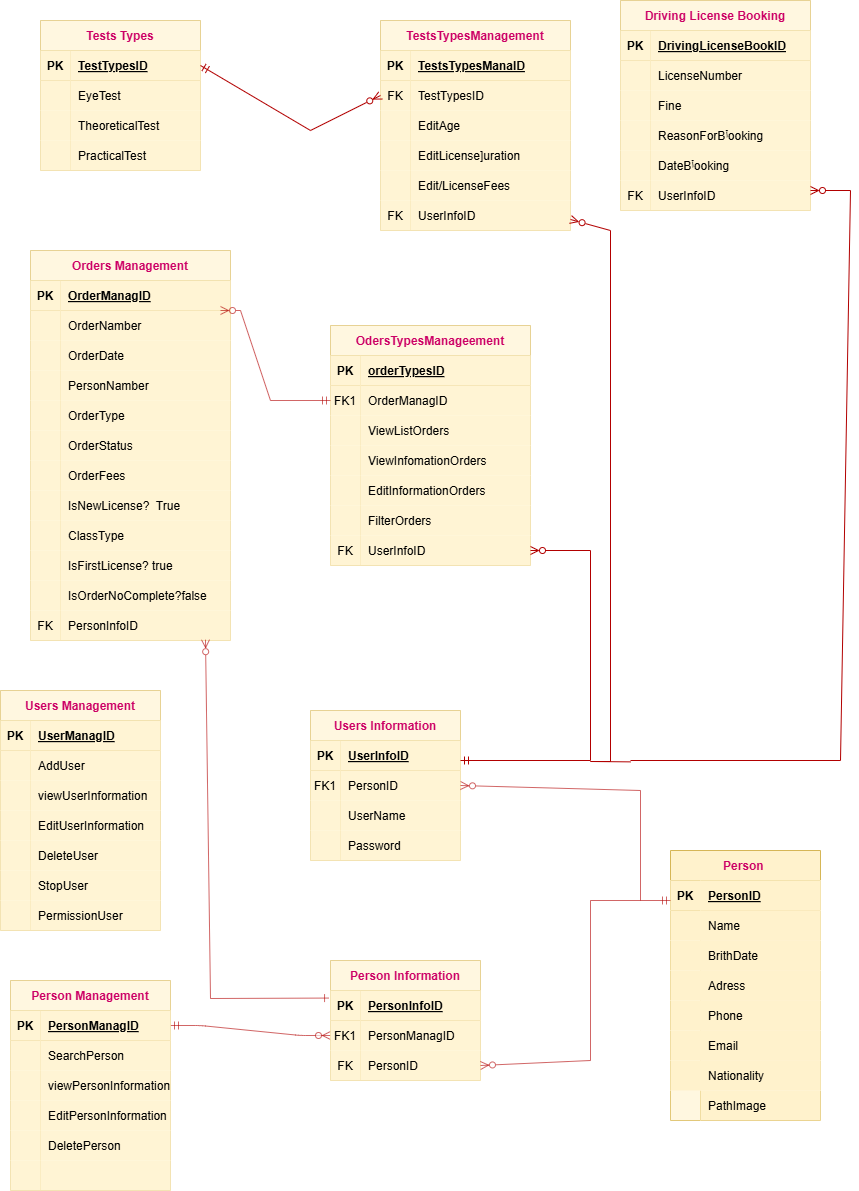
Before: Untitled Diagram.drawio.png, a diagram exported from draw.io (azizadiab/Driving-License-Department). Source tidied: cells renumbered, new cells last; positions are measured from the earlier drawing's top-left corner, leaving out a move shared by most shapes.
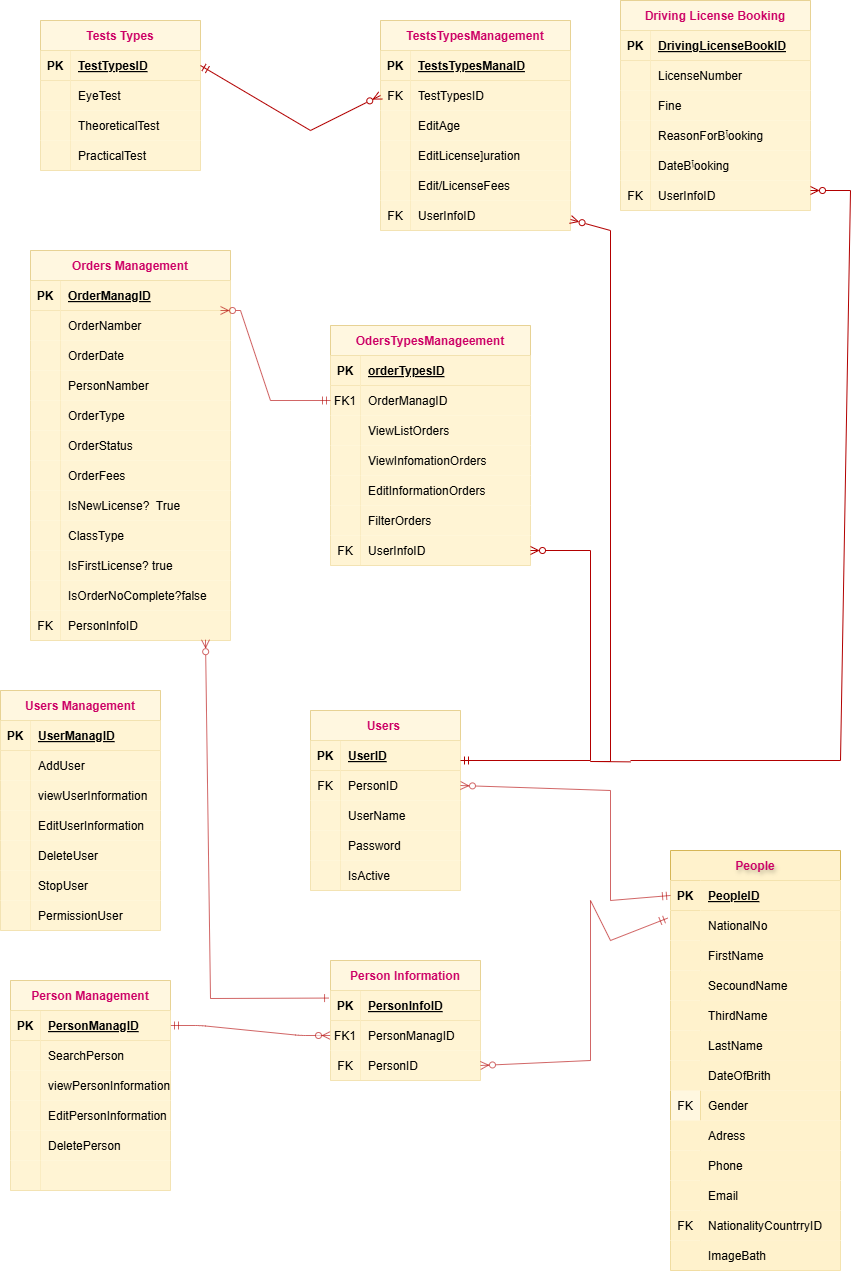
Above is the later version.

The edit, as a diff of the source:
```diff
@@ -209,87 +209,132 @@
     <mxCell id="68" value="PersonInfoID" style="shape=partialRectangle;overflow=hidden;fillColor=#fff2cc;top=0;left=0;bottom=0;right=0;align=left;spacingLeft=6;opacity=60;strokeColor=#d6b656;" parent="66" vertex="1">
       <mxGeometry x="30" width="170" height="30" as="geometry" />
     </mxCell>
-    <mxCell id="69" value="Person " style="shape=table;startSize=30;rowLines=0;fontStyle=1;align=center;fillColor=#fff2cc;strokeColor=#d6b656;fontColor=#CC0066;" parent="1" vertex="1">
-      <mxGeometry x="670" y="850" width="150" height="270" as="geometry" />
+    <mxCell id="69" value="People" style="shape=table;startSize=30;rowLines=0;fontStyle=1;align=center;fillColor=#fff2cc;strokeColor=#d6b656;fontColor=#CC0066;labelBackgroundColor=none;labelBorderColor=none;textShadow=1;" parent="1" vertex="1">
+      <mxGeometry x="670" y="850" width="170" height="420" as="geometry" />
     </mxCell>
     <mxCell id="70" style="shape=partialRectangle;fillColor=#fff2cc;points=[[0,0.5],[1,0.5]];portConstraint=eastwest;top=0;left=0;right=0;bottom=1;strokeColor=#d6b656;" parent="69" vertex="1">
-      <mxGeometry y="30" width="150" height="30" as="geometry" />
+      <mxGeometry y="30" width="170" height="30" as="geometry" />
     </mxCell>
     <mxCell id="71" value="PK" style="shape=partialRectangle;overflow=hidden;fillColor=#fff2cc;top=0;left=0;bottom=0;right=0;fontStyle=1;opacity=60;strokeColor=#d6b656;" parent="70" vertex="1">
       <mxGeometry width="30" height="30" as="geometry" />
     </mxCell>
-    <mxCell id="72" value="PersonID" style="shape=partialRectangle;overflow=hidden;fillColor=#fff2cc;top=0;left=0;bottom=0;right=0;align=left;spacingLeft=6;fontStyle=5;strokeColor=#d6b656;" parent="70" vertex="1">
-      <mxGeometry x="30" width="120" height="30" as="geometry" />
+    <mxCell id="72" value="PeopleID" style="shape=partialRectangle;overflow=hidden;fillColor=#fff2cc;top=0;left=0;bottom=0;right=0;align=left;spacingLeft=6;fontStyle=5;strokeColor=#d6b656;" parent="70" vertex="1">
+      <mxGeometry x="30" width="140" height="30" as="geometry" />
     </mxCell>
     <mxCell id="73" style="shape=partialRectangle;fillColor=#fff2cc;points=[[0,0.5],[1,0.5]];portConstraint=eastwest;top=0;left=0;right=0;bottom=0;strokeColor=#d6b656;" parent="69" vertex="1">
-      <mxGeometry y="60" width="150" height="30" as="geometry" />
+      <mxGeometry y="60" width="170" height="30" as="geometry" />
     </mxCell>
     <mxCell id="74" style="shape=partialRectangle;overflow=hidden;fillColor=#fff2cc;top=0;left=0;bottom=0;right=0;opacity=60;strokeColor=#d6b656;" parent="73" vertex="1">
       <mxGeometry width="30" height="30" as="geometry" />
     </mxCell>
-    <mxCell id="75" value="Name" style="shape=partialRectangle;overflow=hidden;fillColor=#fff2cc;top=0;left=0;bottom=0;right=0;align=left;spacingLeft=6;strokeColor=#d6b656;" parent="73" vertex="1">
-      <mxGeometry x="30" width="120" height="30" as="geometry" />
+    <mxCell id="75" value="NationalNo" style="shape=partialRectangle;overflow=hidden;fillColor=#fff2cc;top=0;left=0;bottom=0;right=0;align=left;spacingLeft=6;strokeColor=#d6b656;" parent="73" vertex="1">
+      <mxGeometry x="30" width="140" height="30" as="geometry" />
     </mxCell>
     <mxCell id="76" style="shape=partialRectangle;fillColor=#fff2cc;top=0;left=0;right=0;bottom=0;strokeColor=#d6b656;" parent="69" vertex="1">
-      <mxGeometry y="90" width="150" height="30" as="geometry" />
+      <mxGeometry y="90" width="170" height="30" as="geometry" />
     </mxCell>
     <mxCell id="77" style="shape=partialRectangle;overflow=hidden;fillColor=#fff2cc;top=0;left=0;bottom=0;right=0;opacity=60;strokeColor=#d6b656;" parent="76" vertex="1">
       <mxGeometry width="30" height="30" as="geometry" />
     </mxCell>
-    <mxCell id="78" value="BrithDate" style="shape=partialRectangle;overflow=hidden;fillColor=#fff2cc;top=0;left=0;bottom=0;right=0;align=left;spacingLeft=6;strokeColor=#d6b656;" parent="76" vertex="1">
-      <mxGeometry x="30" width="120" height="30" as="geometry" />
+    <mxCell id="78" value="FirstName" style="shape=partialRectangle;overflow=hidden;fillColor=#fff2cc;top=0;left=0;bottom=0;right=0;align=left;spacingLeft=6;strokeColor=#d6b656;" parent="76" vertex="1">
+      <mxGeometry x="30" width="140" height="30" as="geometry" />
     </mxCell>
     <mxCell id="79" style="shape=partialRectangle;fillColor=#fff2cc;top=0;left=0;right=0;bottom=0;strokeColor=#d6b656;" parent="69" vertex="1">
-      <mxGeometry y="120" width="150" height="30" as="geometry" />
+      <mxGeometry y="120" width="170" height="30" as="geometry" />
     </mxCell>
     <mxCell id="80" style="shape=partialRectangle;overflow=hidden;fillColor=#fff2cc;top=0;left=0;bottom=0;right=0;opacity=60;strokeColor=#d6b656;" parent="79" vertex="1">
       <mxGeometry width="30" height="30" as="geometry" />
     </mxCell>
-    <mxCell id="81" value="Adress" style="shape=partialRectangle;overflow=hidden;fillColor=#fff2cc;top=0;left=0;bottom=0;right=0;align=left;spacingLeft=6;strokeColor=#d6b656;" parent="79" vertex="1">
-      <mxGeometry x="30" width="120" height="30" as="geometry" />
+    <mxCell id="81" value="SecoundName" style="shape=partialRectangle;overflow=hidden;fillColor=#fff2cc;top=0;left=0;bottom=0;right=0;align=left;spacingLeft=6;strokeColor=#d6b656;" parent="79" vertex="1">
+      <mxGeometry x="30" width="140" height="30" as="geometry" />
     </mxCell>
     <mxCell id="82" style="shape=partialRectangle;fillColor=#fff2cc;top=0;left=0;right=0;bottom=0;strokeColor=#d6b656;" parent="69" vertex="1">
-      <mxGeometry y="150" width="150" height="30" as="geometry" />
+      <mxGeometry y="150" width="170" height="30" as="geometry" />
     </mxCell>
     <mxCell id="83" style="shape=partialRectangle;overflow=hidden;fillColor=#fff2cc;top=0;left=0;bottom=0;right=0;opacity=60;strokeColor=#d6b656;" parent="82" vertex="1">
       <mxGeometry width="30" height="30" as="geometry" />
     </mxCell>
-    <mxCell id="84" value="Phone" style="shape=partialRectangle;overflow=hidden;fillColor=#fff2cc;top=0;left=0;bottom=0;right=0;align=left;spacingLeft=6;strokeColor=#d6b656;" parent="82" vertex="1">
-      <mxGeometry x="30" width="120" height="30" as="geometry" />
+    <mxCell id="84" value="ThirdName" style="shape=partialRectangle;overflow=hidden;fillColor=#fff2cc;top=0;left=0;bottom=0;right=0;align=left;spacingLeft=6;strokeColor=#d6b656;" parent="82" vertex="1">
+      <mxGeometry x="30" width="140" height="30" as="geometry" />
     </mxCell>
     <mxCell id="85" style="shape=partialRectangle;fillColor=#fff2cc;top=0;left=0;right=0;bottom=0;strokeColor=#d6b656;" parent="69" vertex="1">
-      <mxGeometry y="180" width="150" height="30" as="geometry" />
+      <mxGeometry y="180" width="170" height="30" as="geometry" />
     </mxCell>
     <mxCell id="86" style="shape=partialRectangle;overflow=hidden;fillColor=#fff2cc;top=0;left=0;bottom=0;right=0;opacity=60;strokeColor=#d6b656;" parent="85" vertex="1">
       <mxGeometry width="30" height="30" as="geometry" />
     </mxCell>
-    <mxCell id="87" value="Email" style="shape=partialRectangle;overflow=hidden;fillColor=#fff2cc;top=0;left=0;bottom=0;right=0;align=left;spacingLeft=6;strokeColor=#d6b656;" parent="85" vertex="1">
-      <mxGeometry x="30" width="120" height="30" as="geometry" />
+    <mxCell id="87" value="LastName" style="shape=partialRectangle;overflow=hidden;fillColor=#fff2cc;top=0;left=0;bottom=0;right=0;align=left;spacingLeft=6;strokeColor=#d6b656;" parent="85" vertex="1">
+      <mxGeometry x="30" width="140" height="30" as="geometry" />
     </mxCell>
     <mxCell id="88" style="shape=partialRectangle;fillColor=#fff2cc;top=0;left=0;right=0;bottom=0;strokeColor=#d6b656;" parent="69" vertex="1">
-      <mxGeometry y="210" width="150" height="30" as="geometry" />
+      <mxGeometry y="210" width="170" height="30" as="geometry" />
     </mxCell>
     <mxCell id="89" style="shape=partialRectangle;overflow=hidden;fillColor=#fff2cc;top=0;left=0;bottom=0;right=0;opacity=60;strokeColor=#d6b656;" parent="88" vertex="1">
       <mxGeometry width="30" height="30" as="geometry" />
     </mxCell>
-    <mxCell id="90" value="Nationality" style="shape=partialRectangle;overflow=hidden;fillColor=#fff2cc;top=0;left=0;bottom=0;right=0;align=left;spacingLeft=6;strokeColor=#d6b656;" parent="88" vertex="1">
-      <mxGeometry x="30" width="120" height="30" as="geometry" />
+    <mxCell id="90" value="DateOfBrith" style="shape=partialRectangle;overflow=hidden;fillColor=#fff2cc;top=0;left=0;bottom=0;right=0;align=left;spacingLeft=6;strokeColor=#d6b656;" parent="88" vertex="1">
+      <mxGeometry x="30" width="140" height="30" as="geometry" />
     </mxCell>
     <mxCell id="91" style="shape=partialRectangle;fillColor=none;top=0;left=0;right=0;bottom=0;" parent="69" vertex="1">
-      <mxGeometry y="240" width="150" height="30" as="geometry" />
+      <mxGeometry y="240" width="170" height="30" as="geometry" />
     </mxCell>
-    <mxCell id="92" style="shape=partialRectangle;overflow=hidden;fillColor=#fff2cc;top=0;left=0;bottom=0;right=0;opacity=60;strokeColor=#d6b656;" parent="91" vertex="1">
+    <mxCell id="92" value="FK" style="shape=partialRectangle;overflow=hidden;fillColor=#fff2cc;top=0;left=0;bottom=0;right=0;opacity=60;strokeColor=#d6b656;" parent="91" vertex="1">
       <mxGeometry width="30" height="30" as="geometry" />
     </mxCell>
-    <mxCell id="93" value="PathImage" style="shape=partialRectangle;overflow=hidden;fillColor=#fff2cc;top=0;left=0;bottom=0;right=0;align=left;spacingLeft=6;strokeColor=#d6b656;" parent="91" vertex="1">
-      <mxGeometry x="30" width="120" height="30" as="geometry" />
+    <mxCell id="93" value="Gender" style="shape=partialRectangle;overflow=hidden;fillColor=#fff2cc;top=0;left=0;bottom=0;right=0;align=left;spacingLeft=6;strokeColor=#d6b656;" parent="91" vertex="1">
+      <mxGeometry x="30" width="140" height="30" as="geometry" />
     </mxCell>
+    <mxCell id="210" style="shape=partialRectangle;fillColor=#fff2cc;top=0;left=0;right=0;bottom=0;strokeColor=#d6b656;" parent="69" vertex="1">
+      <mxGeometry y="270" width="170" height="30" as="geometry" />
+    </mxCell>
+    <mxCell id="211" style="shape=partialRectangle;overflow=hidden;fillColor=#fff2cc;top=0;left=0;bottom=0;right=0;opacity=60;strokeColor=#d6b656;" parent="210" vertex="1">
+      <mxGeometry width="30" height="30" as="geometry" />
+    </mxCell>
+    <mxCell id="212" value="Adress" style="shape=partialRectangle;overflow=hidden;fillColor=#fff2cc;top=0;left=0;bottom=0;right=0;align=left;spacingLeft=6;strokeColor=#d6b656;" parent="210" vertex="1">
+      <mxGeometry x="30" width="140" height="30" as="geometry" />
+    </mxCell>
+    <mxCell id="213" style="shape=partialRectangle;fillColor=#fff2cc;top=0;left=0;right=0;bottom=0;strokeColor=#d6b656;" parent="69" vertex="1">
+      <mxGeometry y="300" width="170" height="30" as="geometry" />
+    </mxCell>
+    <mxCell id="214" style="shape=partialRectangle;overflow=hidden;fillColor=#fff2cc;top=0;left=0;bottom=0;right=0;opacity=60;strokeColor=#d6b656;" parent="213" vertex="1">
+      <mxGeometry width="30" height="30" as="geometry" />
+    </mxCell>
+    <mxCell id="215" value="Phone" style="shape=partialRectangle;overflow=hidden;fillColor=#fff2cc;top=0;left=0;bottom=0;right=0;align=left;spacingLeft=6;strokeColor=#d6b656;" parent="213" vertex="1">
+      <mxGeometry x="30" width="140" height="30" as="geometry" />
+    </mxCell>
+    <mxCell id="216" style="shape=partialRectangle;fillColor=#fff2cc;top=0;left=0;right=0;bottom=0;strokeColor=#d6b656;" parent="69" vertex="1">
+      <mxGeometry y="330" width="170" height="30" as="geometry" />
+    </mxCell>
+    <mxCell id="217" style="shape=partialRectangle;overflow=hidden;fillColor=#fff2cc;top=0;left=0;bottom=0;right=0;opacity=60;strokeColor=#d6b656;" parent="216" vertex="1">
+      <mxGeometry width="30" height="30" as="geometry" />
+    </mxCell>
+    <mxCell id="218" value="Email" style="shape=partialRectangle;overflow=hidden;fillColor=#fff2cc;top=0;left=0;bottom=0;right=0;align=left;spacingLeft=6;strokeColor=#d6b656;" parent="216" vertex="1">
+      <mxGeometry x="30" width="140" height="30" as="geometry" />
+    </mxCell>
+    <mxCell id="219" style="shape=partialRectangle;fillColor=#fff2cc;top=0;left=0;right=0;bottom=0;strokeColor=#d6b656;" parent="69" vertex="1">
+      <mxGeometry y="360" width="170" height="30" as="geometry" />
+    </mxCell>
+    <mxCell id="220" value="FK" style="shape=partialRectangle;overflow=hidden;fillColor=#fff2cc;top=0;left=0;bottom=0;right=0;opacity=60;strokeColor=#d6b656;" parent="219" vertex="1">
+      <mxGeometry width="30" height="30" as="geometry" />
+    </mxCell>
+    <mxCell id="221" value="NationalityCountrryID" style="shape=partialRectangle;overflow=hidden;fillColor=#fff2cc;top=0;left=0;bottom=0;right=0;align=left;spacingLeft=6;strokeColor=#d6b656;" parent="219" vertex="1">
+      <mxGeometry x="30" width="140" height="30" as="geometry" />
+    </mxCell>
+    <mxCell id="222" style="shape=partialRectangle;fillColor=#fff2cc;top=0;left=0;right=0;bottom=0;strokeColor=#d6b656;" parent="69" vertex="1">
+      <mxGeometry y="390" width="170" height="30" as="geometry" />
+    </mxCell>
+    <mxCell id="223" style="shape=partialRectangle;overflow=hidden;fillColor=#fff2cc;top=0;left=0;bottom=0;right=0;opacity=60;strokeColor=#d6b656;" parent="222" vertex="1">
+      <mxGeometry width="30" height="30" as="geometry" />
+    </mxCell>
+    <mxCell id="224" value="ImageBath" style="shape=partialRectangle;overflow=hidden;fillColor=#fff2cc;top=0;left=0;bottom=0;right=0;align=left;spacingLeft=6;strokeColor=#d6b656;" parent="222" vertex="1">
+      <mxGeometry x="30" width="140" height="30" as="geometry" />
+    </mxCell>
-    <mxCell id="94" style="endArrow=ERmandOne;html=1;rounded=0;exitX=1;exitY=0.5;exitDx=0;exitDy=0;endFill=0;startArrow=ERzeroToMany;startFill=0;opacity=60;fillColor=#e51400;strokeColor=#B20000;arcSize=10;" parent="1" edge="1" source="10">
+    <mxCell id="94" style="endArrow=ERmandOne;html=1;rounded=0;exitX=1;exitY=0.5;exitDx=0;exitDy=0;endFill=0;startArrow=ERzeroToMany;startFill=0;opacity=60;fillColor=#e51400;strokeColor=#B20000;arcSize=10;entryX=-0.016;entryY=0.253;entryDx=0;entryDy=0;entryPerimeter=0;" parent="1" edge="1" source="10" target="73">
       <mxGeometry relative="1" as="geometry">
-        <mxPoint x="670" y="900" as="targetPoint" />
         <Array as="points">
           <mxPoint x="590" y="1060" />
           <mxPoint x="590" y="900" />
+          <mxPoint x="610" y="940" />
         </Array>
       </mxGeometry>
     </mxCell>
@@ -359,8 +404,8 @@
     <mxCell id="116" value="PermissionUser" style="shape=partialRectangle;overflow=hidden;fillColor=#fff2cc;top=0;left=0;bottom=0;right=0;align=left;spacingLeft=6;opacity=60;strokeColor=#d6b656;" parent="114" vertex="1">
       <mxGeometry x="30" width="130" height="30" as="geometry" />
     </mxCell>
-    <mxCell id="117" value="Users Information" style="shape=table;startSize=30;rowLines=0;fontStyle=1;align=center;opacity=60;fillColor=#fff2cc;strokeColor=#d6b656;fontColor=#CC0066;" parent="1" vertex="1">
-      <mxGeometry x="310" y="710" width="150" height="150" as="geometry" />
+    <mxCell id="117" value="Users " style="shape=table;startSize=30;rowLines=0;fontStyle=1;align=center;opacity=60;fillColor=#fff2cc;strokeColor=#d6b656;fontColor=#CC0066;" parent="1" vertex="1">
+      <mxGeometry x="310" y="710" width="150" height="180" as="geometry" />
     </mxCell>
     <mxCell id="118" style="shape=partialRectangle;fillColor=#fff2cc;top=0;left=0;right=0;bottom=1;opacity=60;strokeColor=#d6b656;" parent="117" vertex="1">
       <mxGeometry y="30" width="150" height="30" as="geometry" />
@@ -368,13 +413,13 @@
     <mxCell id="119" value="PK" style="shape=partialRectangle;overflow=hidden;fillColor=#fff2cc;top=0;left=0;bottom=0;right=0;fontStyle=1;opacity=60;strokeColor=#d6b656;" parent="118" vertex="1">
       <mxGeometry width="30" height="30" as="geometry" />
     </mxCell>
-    <mxCell id="120" value="UserInfoID" style="shape=partialRectangle;overflow=hidden;fillColor=#fff2cc;top=0;left=0;bottom=0;right=0;align=left;spacingLeft=6;fontStyle=5;opacity=60;strokeColor=#d6b656;" parent="118" vertex="1">
+    <mxCell id="120" value="UserID" style="shape=partialRectangle;overflow=hidden;fillColor=#fff2cc;top=0;left=0;bottom=0;right=0;align=left;spacingLeft=6;fontStyle=5;opacity=60;strokeColor=#d6b656;" parent="118" vertex="1">
       <mxGeometry x="30" width="120" height="30" as="geometry" />
     </mxCell>
     <mxCell id="121" style="shape=partialRectangle;fillColor=#fff2cc;points=[[0,0.5],[1,0.5]];portConstraint=eastwest;top=0;left=0;right=0;bottom=0;opacity=60;strokeColor=#d6b656;" parent="117" vertex="1">
       <mxGeometry y="60" width="150" height="30" as="geometry" />
     </mxCell>
-    <mxCell id="122" value="FK1" style="shape=partialRectangle;overflow=hidden;fillColor=#fff2cc;top=0;left=0;bottom=0;right=0;opacity=60;strokeColor=#d6b656;" parent="121" vertex="1">
+    <mxCell id="122" value="FK" style="shape=partialRectangle;overflow=hidden;fillColor=#fff2cc;top=0;left=0;bottom=0;right=0;opacity=60;strokeColor=#d6b656;" parent="121" vertex="1">
       <mxGeometry width="30" height="30" as="geometry" />
     </mxCell>
     <mxCell id="123" value="PersonID" style="shape=partialRectangle;overflow=hidden;fillColor=#fff2cc;top=0;left=0;bottom=0;right=0;align=left;spacingLeft=6;opacity=60;strokeColor=#d6b656;" parent="121" vertex="1">
@@ -398,11 +443,20 @@
     <mxCell id="129" value="Password" style="shape=partialRectangle;overflow=hidden;fillColor=#fff2cc;top=0;left=0;bottom=0;right=0;align=left;spacingLeft=6;opacity=60;strokeColor=#d6b656;" parent="127" vertex="1">
       <mxGeometry x="30" width="120" height="30" as="geometry" />
     </mxCell>
+    <mxCell id="225" style="shape=partialRectangle;fillColor=#fff2cc;top=0;left=0;right=0;bottom=0;opacity=60;strokeColor=#d6b656;" parent="117" vertex="1">
+      <mxGeometry y="150" width="150" height="30" as="geometry" />
+    </mxCell>
+    <mxCell id="226" style="shape=partialRectangle;overflow=hidden;fillColor=#fff2cc;top=0;left=0;bottom=0;right=0;opacity=60;strokeColor=#d6b656;" parent="225" vertex="1">
+      <mxGeometry width="30" height="30" as="geometry" />
+    </mxCell>
+    <mxCell id="227" value="IsActive" style="shape=partialRectangle;overflow=hidden;fillColor=#fff2cc;top=0;left=0;bottom=0;right=0;align=left;spacingLeft=6;opacity=60;strokeColor=#d6b656;" parent="225" vertex="1">
+      <mxGeometry x="30" width="120" height="30" as="geometry" />
+    </mxCell>
-    <mxCell id="130" style="endArrow=none;html=1;rounded=0;exitX=1;exitY=0.5;exitDx=0;exitDy=0;startArrow=ERzeroToMany;startFill=0;opacity=60;fillColor=#e51400;strokeColor=#B20000;arcSize=10;" parent="1" edge="1" source="121">
+    <mxCell id="130" style="endArrow=ERmandOne;html=1;rounded=0;exitX=1;exitY=0.5;exitDx=0;exitDy=0;startArrow=ERzeroToMany;startFill=0;opacity=60;fillColor=#e51400;strokeColor=#B20000;arcSize=10;entryX=0;entryY=0.5;entryDx=0;entryDy=0;endFill=0;" parent="1" edge="1" source="121" target="70">
       <mxGeometry relative="1" as="geometry">
-        <mxPoint x="640" y="900" as="targetPoint" />
         <Array as="points">
-          <mxPoint x="640" y="790" />
+          <mxPoint x="610" y="790" />
+          <mxPoint x="610" y="900" />
         </Array>
       </mxGeometry>
     </mxCell>
```
